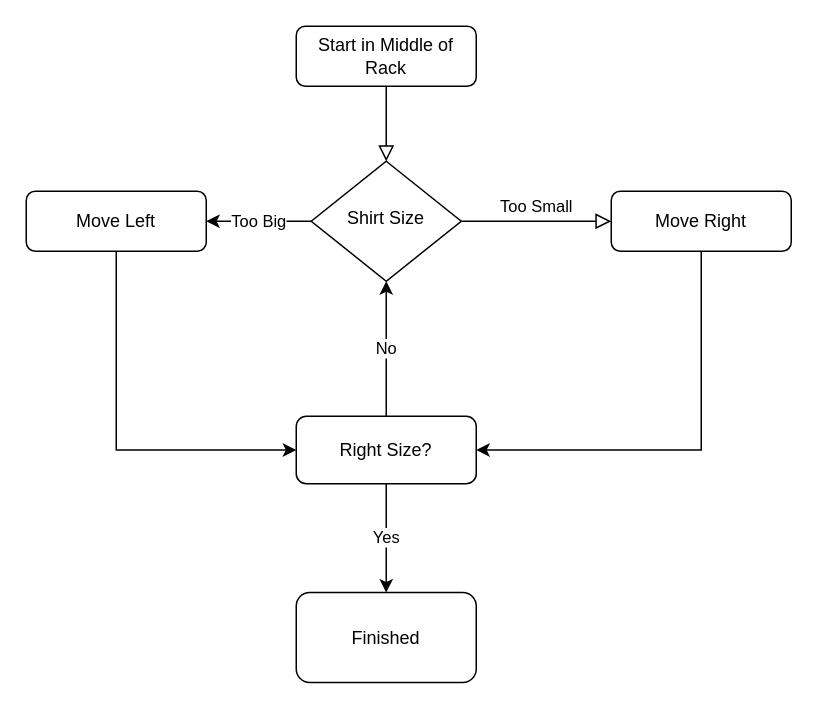
Earlier version of the draw.io diagram page "Shirts" (2 of 5) of Comp Prog 12/Socks.drawio (Jchisholm204/JChisholm). Source tidied: cells renumbered, new cells numbered last; positions are measured from the earlier drawing's top-left corner, leaving out a move shared by most shapes. Both pictures are drawn from the tidied source at 150%, with x=0, y=0 at pixel (26, 26).
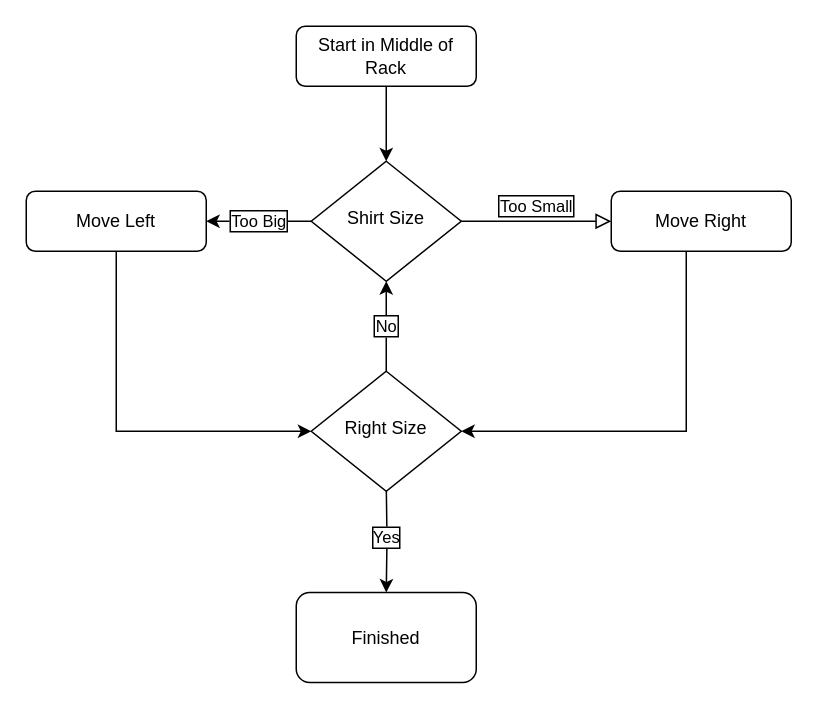
The same page after the edit.

Change to the diagram source:
```diff
@@
 <mxGraphModel>
   <root>
     <mxCell id="0" />
     <mxCell id="1" parent="0" />
-    <mxCell id="2" style="rounded=0;html=1;jettySize=auto;fontSize=11;endArrow=block;endFill=0;endSize=8;strokeWidth=1;shadow=0;labelBackgroundColor=none;edgeStyle=orthogonalEdgeStyle;" parent="1" edge="1" source="3" target="6">
+    <mxCell id="2" style="edgeStyle=orthogonalEdgeStyle;rounded=0;jettySize=auto;html=1;exitX=0.5;exitY=1;exitDx=0;exitDy=0;entryX=0.5;entryY=0;entryDx=0;entryDy=0;" parent="1" edge="1" source="3" target="6">
       <mxGeometry relative="1" as="geometry" />
     </mxCell>
     <mxCell id="3" value="Start in Middle of Rack" style="rounded=1;whiteSpace=wrap;html=1;fontSize=12;glass=0;strokeWidth=1;shadow=0;" parent="1" vertex="1">
       <mxGeometry x="180" width="120" height="40" as="geometry" />
     </mxCell>
-    <mxCell id="4" value="Too Small" style="edgeStyle=orthogonalEdgeStyle;rounded=0;html=1;jettySize=auto;fontSize=11;endArrow=block;endFill=0;endSize=8;strokeWidth=1;shadow=0;labelBackgroundColor=none;" parent="1" edge="1" source="6" target="8">
+    <mxCell id="4" value="Too Small" style="edgeStyle=orthogonalEdgeStyle;rounded=0;html=1;jettySize=auto;fontSize=11;endArrow=block;endFill=0;endSize=8;strokeWidth=1;shadow=0;labelBackgroundColor=none;labelBorderColor=#000000;" parent="1" edge="1" source="6" target="8">
       <mxGeometry y="10" relative="1" as="geometry" />
     </mxCell>
-    <mxCell id="5" value="Too Big" style="edgeStyle=orthogonalEdgeStyle;rounded=0;jettySize=auto;html=1;" parent="1" edge="1" source="6" target="10">
+    <mxCell id="5" value="Too Big" style="edgeStyle=orthogonalEdgeStyle;rounded=0;jettySize=auto;html=1;labelBorderColor=#000000;" parent="1" edge="1" source="6" target="10">
       <mxGeometry relative="1" as="geometry" />
     </mxCell>
     <mxCell id="6" value="Shirt Size" style="rhombus;whiteSpace=wrap;html=1;shadow=0;fontFamily=Helvetica;fontSize=12;align=center;strokeWidth=1;spacing=6;spacingTop=-4;" parent="1" vertex="1">
       <mxGeometry x="190" y="90" width="100" height="80" as="geometry" />
     </mxCell>
-    <mxCell id="7" style="edgeStyle=orthogonalEdgeStyle;rounded=0;jettySize=auto;html=1;exitX=0.5;exitY=1;exitDx=0;exitDy=0;entryX=1;entryY=0.5;entryDx=0;entryDy=0;" parent="1" edge="1" source="8" target="13">
-      <mxGeometry relative="1" as="geometry" />
-    </mxCell>
+    <mxCell id="15" style="edgeStyle=orthogonalEdgeStyle;rounded=0;jettySize=auto;html=1;entryX=1;entryY=0.5;entryDx=0;entryDy=0;" parent="1" edge="1" source="8" target="17">
+      <mxGeometry relative="1" as="geometry">
+        <Array as="points">
+          <mxPoint x="440" y="270" />
+        </Array>
+      </mxGeometry>
+    </mxCell>
     <mxCell id="8" value="Move Right" style="rounded=1;whiteSpace=wrap;html=1;fontSize=12;glass=0;strokeWidth=1;shadow=0;" parent="1" vertex="1">
       <mxGeometry x="390" y="110" width="120" height="40" as="geometry" />
     </mxCell>
-    <mxCell id="9" style="edgeStyle=orthogonalEdgeStyle;rounded=0;jettySize=auto;html=1;entryX=0;entryY=0.5;entryDx=0;entryDy=0;exitX=0.5;exitY=1;exitDx=0;exitDy=0;" parent="1" edge="1" source="10" target="13">
-      <mxGeometry relative="1" as="geometry" />
-    </mxCell>
+    <mxCell id="16" style="edgeStyle=orthogonalEdgeStyle;rounded=0;jettySize=auto;html=1;exitX=0.5;exitY=1;exitDx=0;exitDy=0;entryX=0;entryY=0.5;entryDx=0;entryDy=0;" parent="1" edge="1" source="10" target="17">
+      <mxGeometry relative="1" as="geometry" />
+    </mxCell>
     <mxCell id="10" value="Move Left" style="rounded=1;whiteSpace=wrap;html=1;fontSize=12;glass=0;strokeWidth=1;shadow=0;" parent="1" vertex="1">
       <mxGeometry y="110" width="120" height="40" as="geometry" />
     </mxCell>
+    <mxCell id="12" value="Yes" style="edgeStyle=orthogonalEdgeStyle;rounded=0;jettySize=auto;html=1;labelBorderColor=#000000;" parent="1" edge="1" target="14">
+      <mxGeometry relative="1" as="geometry">
+        <mxPoint x="240" y="305" as="sourcePoint" />
+      </mxGeometry>
+    </mxCell>
+    <mxCell id="14" value="Finished" style="whiteSpace=wrap;html=1;rounded=1;shadow=0;strokeWidth=1;glass=0;" parent="1" vertex="1">
+      <mxGeometry x="180" y="377.5" width="120" height="60" as="geometry" />
+    </mxCell>
-    <mxCell id="11" value="No" style="edgeStyle=orthogonalEdgeStyle;rounded=0;jettySize=auto;html=1;" parent="1" edge="1" source="13" target="6">
+    <mxCell id="11" value="No" style="edgeStyle=orthogonalEdgeStyle;rounded=0;jettySize=auto;html=1;exitX=0.5;exitY=0;exitDx=0;exitDy=0;entryX=0.5;entryY=1;entryDx=0;entryDy=0;labelBorderColor=#000000;" parent="1" edge="1" source="17" target="6">
       <mxGeometry relative="1" as="geometry" />
     </mxCell>
-    <mxCell id="12" value="Yes" style="edgeStyle=orthogonalEdgeStyle;rounded=0;jettySize=auto;html=1;" parent="1" edge="1" source="13" target="14">
-      <mxGeometry relative="1" as="geometry" />
-    </mxCell>
-    <mxCell id="13" value="Right Size?" style="whiteSpace=wrap;html=1;rounded=1;shadow=0;strokeWidth=1;glass=0;" parent="1" vertex="1">
-      <mxGeometry x="180" y="260" width="120" height="45" as="geometry" />
-    </mxCell>
-    <mxCell id="14" value="Finished" style="whiteSpace=wrap;html=1;rounded=1;shadow=0;strokeWidth=1;glass=0;" parent="1" vertex="1">
-      <mxGeometry x="180" y="377.5" width="120" height="60" as="geometry" />
-    </mxCell>
+    <mxCell id="17" value="Right Size" style="rhombus;whiteSpace=wrap;html=1;shadow=0;fontFamily=Helvetica;fontSize=12;align=center;strokeWidth=1;spacing=6;spacingTop=-4;" parent="1" vertex="1">
+      <mxGeometry x="190" y="230" width="100" height="80" as="geometry" />
+    </mxCell>
   </root>
 </mxGraphModel>
```
